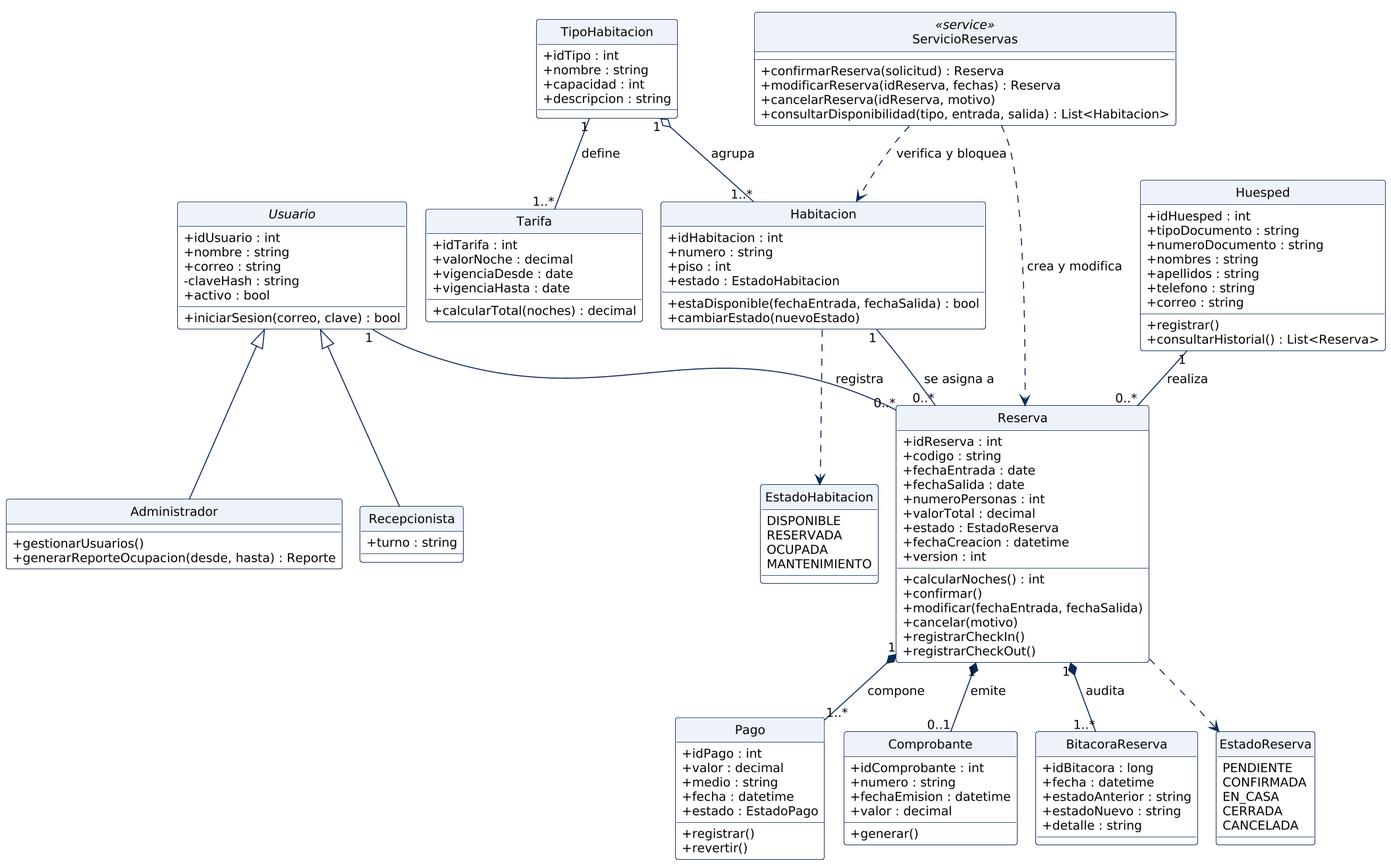
Above: docs/diagramas/diagrama-clases.png in gustavo8015/HotelReservas (PlantUML), before the change. Its diagram source:
```plantuml
@startuml
skinparamlocked dpi 150
!pragma layout smetana
skinparam backgroundColor white
skinparam defaultFontName Arial
skinparam defaultFontSize 12
skinparam shadowing false
skinparam classAttributeIconSize 0
skinparam class {
  BorderColor #0B2A5B
  BackgroundColor white
  HeaderBackgroundColor #EEF3FA
}
skinparam ArrowColor #0B2A5B
hide circle

abstract class Usuario {
  + idUsuario : int
  + nombre : string
  + correo : string
  - claveHash : string
  + activo : bool
  + iniciarSesion(correo, clave) : bool
}
class Recepcionista {
  + turno : string
}
class Administrador {
  + gestionarUsuarios()
  + generarReporteOcupacion(desde, hasta) : Reporte
}
class Huesped {
  + idHuesped : int
  + tipoDocumento : string
  + numeroDocumento : string
  + nombres : string
  + apellidos : string
  + telefono : string
  + correo : string
  + registrar()
  + consultarHistorial() : List<Reserva>
}
class TipoHabitacion {
  + idTipo : int
  + nombre : string
  + capacidad : int
  + descripcion : string
}
class Habitacion {
  + idHabitacion : int
  + numero : string
  + piso : int
  + estado : EstadoHabitacion
  + estaDisponible(fechaEntrada, fechaSalida) : bool
  + cambiarEstado(nuevoEstado)
}
class Tarifa {
  + idTarifa : int
  + valorNoche : decimal
  + vigenciaDesde : date
  + vigenciaHasta : date
  + calcularTotal(noches) : decimal
}
class Reserva {
  + idReserva : int
  + codigo : string
  + fechaEntrada : date
  + fechaSalida : date
  + numeroPersonas : int
  + valorTotal : decimal
  + estado : EstadoReserva
  + fechaCreacion : datetime
  + version : int
  + calcularNoches() : int
  + confirmar()
  + modificar(fechaEntrada, fechaSalida)
  + cancelar(motivo)
  + registrarCheckIn()
  + registrarCheckOut()
}
class Pago {
  + idPago : int
  + valor : decimal
  + medio : string
  + fecha : datetime
  + estado : EstadoPago
  + registrar()
  + revertir()
}
class Comprobante {
  + idComprobante : int
  + numero : string
  + fechaEmision : datetime
  + valor : decimal
  + generar()
}
class BitacoraReserva {
  + idBitacora : long
  + fecha : datetime
  + estadoAnterior : string
  + estadoNuevo : string
  + detalle : string
}
class ServicioReservas <<service>> {
  + confirmarReserva(solicitud) : Reserva
  + modificarReserva(idReserva, fechas) : Reserva
  + cancelarReserva(idReserva, motivo)
  + consultarDisponibilidad(tipo, entrada, salida) : List<Habitacion>
}
enum EstadoReserva {
  PENDIENTE
  CONFIRMADA
  EN_CASA
  CERRADA
  CANCELADA
}
enum EstadoHabitacion {
  DISPONIBLE
  RESERVADA
  OCUPADA
  MANTENIMIENTO
}

Usuario <|-- Recepcionista
Usuario <|-- Administrador
TipoHabitacion "1" o-- "1..*" Habitacion : agrupa
TipoHabitacion "1" -- "1..*" Tarifa : define
Huesped "1" -- "0..*" Reserva : realiza
Habitacion "1" -- "0..*" Reserva : se asigna a
Usuario "1" -- "0..*" Reserva : registra
Reserva "1" *-- "1..*" Pago : compone
Reserva "1" *-- "0..1" Comprobante : emite
Reserva "1" *-- "1..*" BitacoraReserva : audita
ServicioReservas ..> Reserva : crea y modifica
ServicioReservas ..> Habitacion : verifica y bloquea
Reserva ..> EstadoReserva
Habitacion ..> EstadoHabitacion
@enduml
```
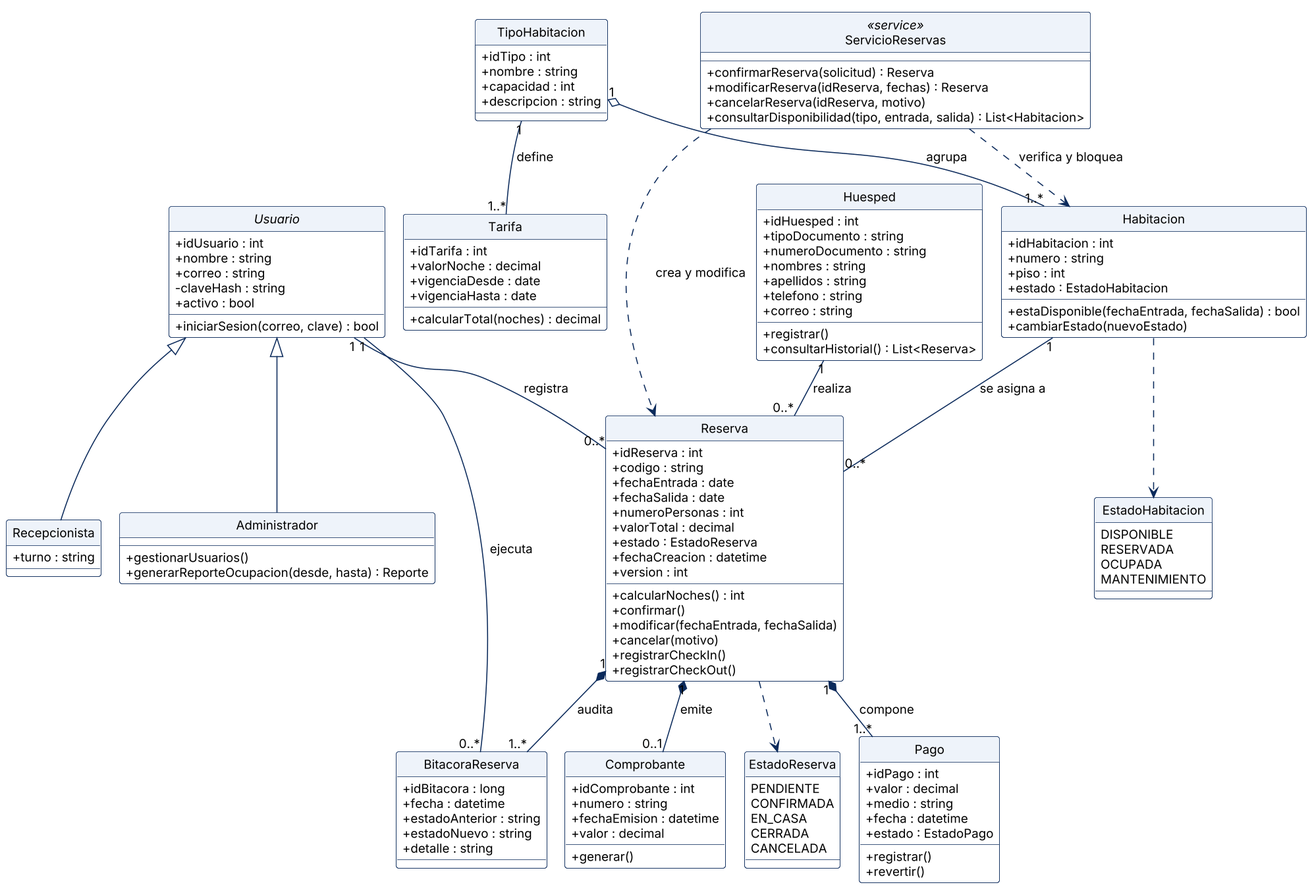
The same file after the commit.

Commit message:
Entrega S9: diagramas de clases y relacional corregidos y flujo del asistente de IA

Diff of the diagram source:
```diff
@@ -128,6 +128,7 @@
 Huesped "1" -- "0..*" Reserva : realiza
 Habitacion "1" -- "0..*" Reserva : se asigna a
 Usuario "1" -- "0..*" Reserva : registra
+Usuario "1" -- "0..*" BitacoraReserva : ejecuta
 Reserva "1" *-- "1..*" Pago : compone
 Reserva "1" *-- "0..1" Comprobante : emite
 Reserva "1" *-- "1..*" BitacoraReserva : audita
```
